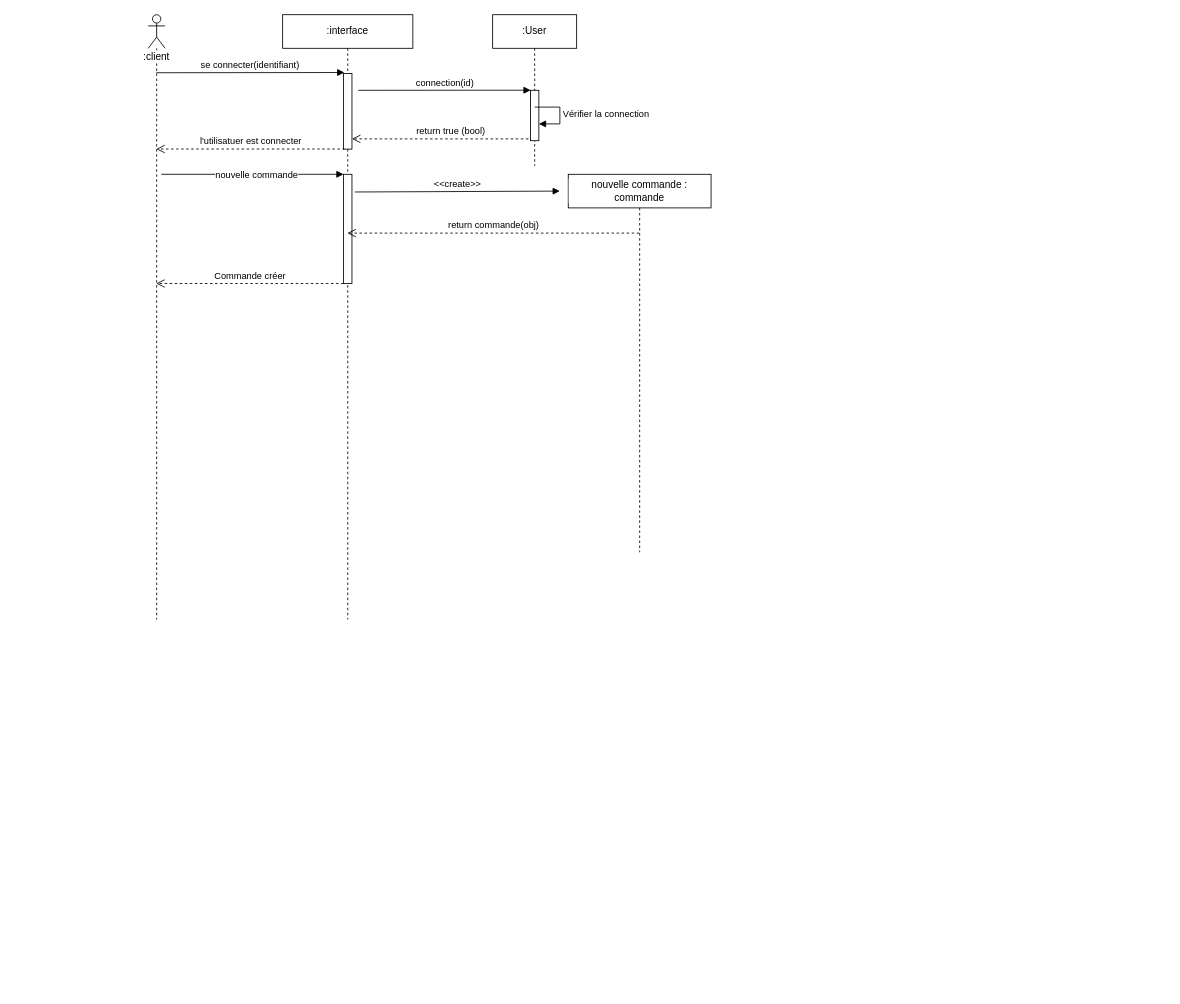
Above: page "créer commande" (2 of 4) of sequence_diagrams.drawio in sebastien-deren/projet_4 (draw.io), before the change. Source tidied: cells renumbered, new cells numbered last; positions are measured from the earlier drawing's top-left corner, leaving out a move shared by most shapes. Both pictures are drawn from the tidied source at 84%, with x=0, y=0 at pixel (148, 14).
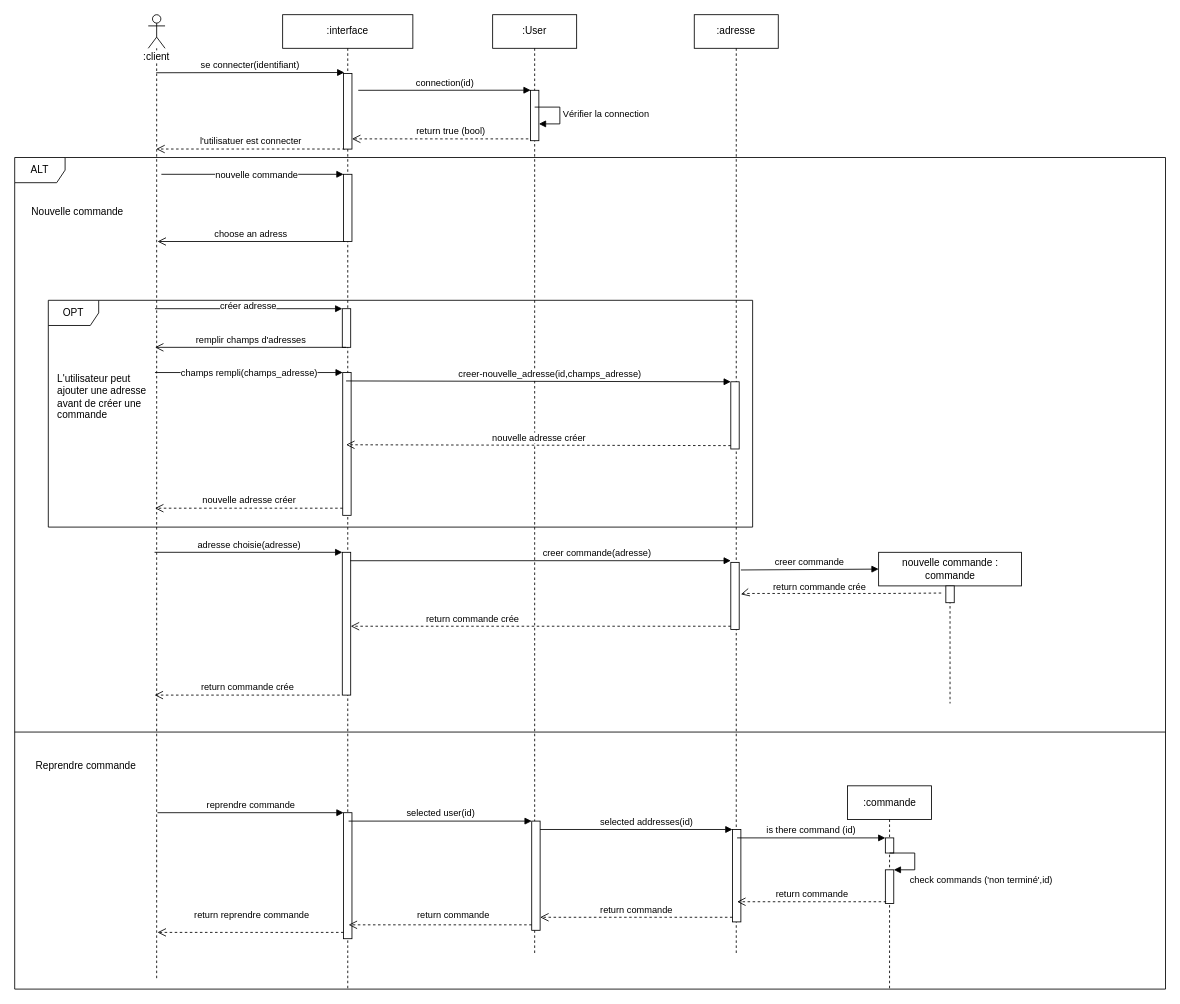
The same diagram, later.

Diff of the diagram source:
```diff
@@
     <mxCell id="2" value=":User" style="shape=umlLifeline;perimeter=lifelinePerimeter;whiteSpace=wrap;html=1;labelBackgroundColor=default;" parent="1" vertex="1">
-      <mxGeometry x="410" width="100" height="180" as="geometry" />
+      <mxGeometry x="410" width="100" height="1120" as="geometry" />
     </mxCell>
@@
-    <mxCell id="9" value="nouvelle commande" style="html=1;verticalAlign=bottom;endArrow=block;rounded=0;entryX=1;entryY=1;entryDx=0;entryDy=0;" parent="1" edge="1" target="15">
+    <mxCell id="9" value="nouvelle commande" style="html=1;verticalAlign=bottom;endArrow=block;rounded=0;entryX=1;entryY=1;entryDx=0;entryDy=0;" parent="1" edge="1">
       <mxGeometry x="0.04" y="-10" relative="1" as="geometry">
         <mxPoint x="15.6" y="190" as="sourcePoint" />
+        <mxPoint x="232.5" y="190" as="targetPoint" />
         <Array as="points">
           <mxPoint x="85.8" y="190" />
         </Array>
       </mxGeometry>
     </mxCell>
-    <mxCell id="10" value="&amp;lt;&amp;lt;create&amp;gt;&amp;gt;" style="html=1;verticalAlign=bottom;endArrow=block;rounded=0;exitX=-0.35;exitY=0.838;exitDx=0;exitDy=0;exitPerimeter=0;" parent="1" edge="1" source="15">
-      <mxGeometry relative="1" as="geometry">
-        <mxPoint x="490" y="210" as="targetPoint" />
-      </mxGeometry>
-    </mxCell>
-    <mxCell id="11" value="Commande créer" style="html=1;verticalAlign=bottom;endArrow=open;dashed=1;endSize=8;rounded=0;exitX=1;exitY=0;exitDx=0;exitDy=0;" parent="1" edge="1" source="15" target="12">
-      <mxGeometry relative="1" as="geometry" />
-    </mxCell>
     <mxCell id="12" value=":client" style="shape=umlLifeline;participant=umlActor;perimeter=lifelinePerimeter;whiteSpace=wrap;html=1;verticalAlign=top;spacingTop=36;outlineConnect=0;labelBackgroundColor=default;" parent="1" vertex="1">
-      <mxGeometry width="20" height="720" as="geometry" />
+      <mxGeometry width="20" height="1150" as="geometry" />
     </mxCell>
     <mxCell id="13" value=":interface" style="shape=umlLifeline;perimeter=lifelinePerimeter;whiteSpace=wrap;html=1;outlineConnect=0;labelBackgroundColor=default;" parent="1" vertex="1">
-      <mxGeometry x="160" width="155" height="720" as="geometry" />
+      <mxGeometry x="160" width="155" height="1160" as="geometry" />
     </mxCell>
@@
-    <mxCell id="15" style="rounded=0;whiteSpace=wrap;html=1;labelBackgroundColor=default;direction=west;" parent="13" vertex="1">
-      <mxGeometry x="72.5" y="190" width="10" height="130" as="geometry" />
-    </mxCell>
+    <mxCell id="18" style="html=1;points=[];perimeter=orthogonalPerimeter;" parent="13" vertex="1">
+      <mxGeometry x="72.5" y="190" width="10" height="80" as="geometry" />
+    </mxCell>
+    <mxCell id="19" style="html=1;points=[];perimeter=orthogonalPerimeter;" parent="13" vertex="1">
+      <mxGeometry x="71" y="640" width="10" height="170" as="geometry" />
+    </mxCell>
+    <mxCell id="20" value="return commande crée" style="html=1;verticalAlign=bottom;endArrow=open;dashed=1;endSize=8;rounded=0;" parent="13" edge="1">
+      <mxGeometry relative="1" as="geometry">
+        <mxPoint x="68" y="810" as="sourcePoint" />
+        <mxPoint x="-152.5" y="810" as="targetPoint" />
+      </mxGeometry>
+    </mxCell>
+    <mxCell id="21" style="html=1;points=[];perimeter=orthogonalPerimeter;" parent="13" vertex="1">
+      <mxGeometry x="71" y="350" width="10" height="46" as="geometry" />
+    </mxCell>
+    <mxCell id="22" style="html=1;points=[];perimeter=orthogonalPerimeter;" parent="13" vertex="1">
+      <mxGeometry x="71.5" y="426" width="10" height="170" as="geometry" />
+    </mxCell>
+    <mxCell id="23" value="choose an adress" style="html=1;verticalAlign=bottom;endArrow=open;endSize=8;rounded=0;exitX=0.15;exitY=1;exitDx=0;exitDy=0;exitPerimeter=0;" parent="13" edge="1" source="18">
+      <mxGeometry relative="1" as="geometry">
+        <mxPoint x="-149" y="270" as="targetPoint" />
+      </mxGeometry>
+    </mxCell>
     <mxCell id="16" value="nouvelle commande : commande" style="shape=umlLifeline;perimeter=lifelinePerimeter;whiteSpace=wrap;html=1;outlineConnect=0;labelBackgroundColor=default;" parent="1" vertex="1">
-      <mxGeometry x="500" y="190" width="170" height="450" as="geometry" />
+      <mxGeometry x="869.5" y="640" width="170" height="180" as="geometry" />
     </mxCell>
-    <mxCell id="17" value="return commande(obj)" style="html=1;verticalAlign=bottom;endArrow=open;dashed=1;endSize=8;rounded=0;" parent="1" edge="1" source="16" target="13">
-      <mxGeometry relative="1" as="geometry">
-        <Array as="points">
-          <mxPoint x="440" y="260" />
-        </Array>
-      </mxGeometry>
-    </mxCell>
+    <mxCell id="24" style="html=1;perimeter=orthogonalPerimeter;" parent="16" vertex="1">
+      <mxGeometry x="80" y="40" width="10" height="20" as="geometry" />
+    </mxCell>
+    <mxCell id="25" value="return commande crée" style="html=1;verticalAlign=bottom;endArrow=open;dashed=1;endSize=8;rounded=0;entryX=1.2;entryY=0.488;entryDx=0;entryDy=0;entryPerimeter=0;" parent="16" edge="1">
+      <mxGeometry x="0.21" y="1" relative="1" as="geometry">
+        <mxPoint x="74.5" y="48.5" as="sourcePoint" />
+        <mxPoint x="-164" y="50" as="targetPoint" />
+        <Array as="points">
+          <mxPoint x="10" y="49" />
+          <mxPoint x="-40" y="49" />
+          <mxPoint x="-160" y="49" />
+        </Array>
+        <mxPoint x="-1" as="offset" />
+      </mxGeometry>
+    </mxCell>
+    <mxCell id="26" value="adresse choisie(adresse)" style="html=1;verticalAlign=bottom;endArrow=block;entryX=0;entryY=0;rounded=0;" parent="1" edge="1" target="19">
+      <mxGeometry relative="1" as="geometry">
+        <mxPoint x="7.5" y="640" as="sourcePoint" />
+      </mxGeometry>
+    </mxCell>
+    <mxCell id="27" value=":adresse" style="shape=umlLifeline;perimeter=lifelinePerimeter;whiteSpace=wrap;html=1;" parent="1" vertex="1">
+      <mxGeometry x="650" width="100" height="1120" as="geometry" />
+    </mxCell>
+    <mxCell id="28" style="html=1;points=[];perimeter=orthogonalPerimeter;" parent="27" vertex="1">
+      <mxGeometry x="43.5" y="652" width="10" height="80" as="geometry" />
+    </mxCell>
+    <mxCell id="29" style="html=1;points=[];perimeter=orthogonalPerimeter;" parent="27" vertex="1">
+      <mxGeometry x="43.5" y="437" width="10" height="80" as="geometry" />
+    </mxCell>
+    <mxCell id="30" value="creer commande(adresse)" style="html=1;verticalAlign=bottom;endArrow=block;rounded=0;entryX=0;entryY=-0.025;entryDx=0;entryDy=0;entryPerimeter=0;exitX=0.95;exitY=0.059;exitDx=0;exitDy=0;exitPerimeter=0;" parent="1" edge="1" source="19" target="28">
+      <mxGeometry x="0.3" relative="1" as="geometry" />
+    </mxCell>
+    <mxCell id="31" value="creer commande" style="html=1;verticalAlign=bottom;endArrow=block;rounded=0;exitX=1.2;exitY=0.113;exitDx=0;exitDy=0;exitPerimeter=0;" parent="1" edge="1" source="28">
+      <mxGeometry relative="1" as="geometry">
+        <mxPoint x="869.5" y="660" as="targetPoint" />
+      </mxGeometry>
+    </mxCell>
+    <mxCell id="32" value="return commande crée" style="html=1;verticalAlign=bottom;endArrow=open;dashed=1;endSize=8;exitX=0;exitY=0.95;rounded=0;" parent="1" edge="1" source="28" target="19">
+      <mxGeometry x="0.36" relative="1" as="geometry" />
+    </mxCell>
+    <mxCell id="33" value="créer adresse" style="html=1;verticalAlign=bottom;endArrow=block;entryX=0;entryY=0;rounded=0;" parent="1" edge="1" target="21">
+      <mxGeometry x="-0.01" y="-6" relative="1" as="geometry">
+        <mxPoint x="8" y="350" as="sourcePoint" />
+        <mxPoint x="1" as="offset" />
+      </mxGeometry>
+    </mxCell>
+    <mxCell id="34" value="remplir champs d'adresses" style="html=1;verticalAlign=bottom;endArrow=open;endSize=8;rounded=0;" parent="1" edge="1">
+      <mxGeometry relative="1" as="geometry">
+        <mxPoint x="235.5" y="396" as="sourcePoint" />
+        <mxPoint x="8" y="396" as="targetPoint" />
+        <Array as="points">
+          <mxPoint x="148.5" y="396" />
+        </Array>
+      </mxGeometry>
+    </mxCell>
+    <mxCell id="35" value="champs rempli(champs_adresse)" style="html=1;verticalAlign=bottom;endArrow=block;entryX=0;entryY=0;rounded=0;" parent="1" edge="1">
+      <mxGeometry x="-0.01" y="-10" relative="1" as="geometry">
+        <mxPoint x="8" y="426" as="sourcePoint" />
+        <mxPoint x="231.5" y="426" as="targetPoint" />
+        <mxPoint x="1" as="offset" />
+      </mxGeometry>
+    </mxCell>
+    <mxCell id="36" value="nouvelle adresse créer" style="html=1;verticalAlign=bottom;endArrow=open;dashed=1;endSize=8;exitX=0;exitY=0.95;rounded=0;" parent="1" edge="1" source="22">
+      <mxGeometry relative="1" as="geometry">
+        <mxPoint x="8" y="587.5" as="targetPoint" />
+      </mxGeometry>
+    </mxCell>
+    <mxCell id="37" value="creer-nouvelle_adresse(id,champs_adresse)" style="html=1;verticalAlign=bottom;endArrow=block;entryX=0;entryY=0;rounded=0;" parent="1" edge="1" target="29">
+      <mxGeometry x="0.06" relative="1" as="geometry">
+        <mxPoint x="235.5" y="436" as="sourcePoint" />
+      </mxGeometry>
+    </mxCell>
+    <mxCell id="38" value="nouvelle adresse créer" style="html=1;verticalAlign=bottom;endArrow=open;dashed=1;endSize=8;exitX=0;exitY=0.95;rounded=0;" parent="1" edge="1" source="29">
+      <mxGeometry relative="1" as="geometry">
+        <mxPoint x="235.5" y="512" as="targetPoint" />
+      </mxGeometry>
+    </mxCell>
+    <mxCell id="39" value="OPT" style="shape=umlFrame;whiteSpace=wrap;html=1;" parent="1" vertex="1">
+      <mxGeometry x="-119" y="340" width="838.5" height="270" as="geometry" />
+    </mxCell>
+    <mxCell id="40" value="L'utilisateur peut ajouter une adresse avant de créer une commande" style="text;html=1;strokeColor=none;fillColor=none;align=left;verticalAlign=middle;whiteSpace=wrap;rounded=0;labelBackgroundColor=default;" parent="1" vertex="1">
+      <mxGeometry x="-110.5" y="400" width="110" height="110" as="geometry" />
+    </mxCell>
+    <mxCell id="41" value="ALT" style="shape=umlFrame;whiteSpace=wrap;html=1;labelBackgroundColor=default;" parent="1" vertex="1">
+      <mxGeometry x="-159" y="170" width="1370" height="990" as="geometry" />
+    </mxCell>
+    <mxCell id="42" style="line;strokeWidth=1;fillColor=none;align=left;verticalAlign=middle;spacingTop=-1;spacingLeft=3;spacingRight=3;labelPosition=right;strokeColor=inherit;labelBackgroundColor=default;" parent="1" vertex="1">
+      <mxGeometry x="-159" y="850" width="1370" height="8" as="geometry" />
+    </mxCell>
+    <mxCell id="43" style="html=1;points=[];perimeter=orthogonalPerimeter;labelBackgroundColor=default;" parent="1" vertex="1">
+      <mxGeometry x="456.5" y="960" width="10" height="130" as="geometry" />
+    </mxCell>
+    <mxCell id="44" style="html=1;points=[];perimeter=orthogonalPerimeter;labelBackgroundColor=default;" parent="1" vertex="1">
+      <mxGeometry x="232.5" y="950" width="10" height="150" as="geometry" />
+    </mxCell>
+    <mxCell id="45" style="html=1;points=[];perimeter=orthogonalPerimeter;labelBackgroundColor=default;" parent="1" vertex="1">
+      <mxGeometry x="695.5" y="970" width="10" height="110" as="geometry" />
+    </mxCell>
+    <mxCell id="46" value="reprendre commande" style="html=1;verticalAlign=bottom;endArrow=block;entryX=0;entryY=0;rounded=0;" parent="1" edge="1" target="44">
+      <mxGeometry relative="1" as="geometry">
+        <mxPoint x="11" y="950" as="sourcePoint" />
+      </mxGeometry>
+    </mxCell>
+    <mxCell id="47" value="return reprendre commande" style="html=1;verticalAlign=bottom;endArrow=open;dashed=1;endSize=8;exitX=0;exitY=0.95;rounded=0;" parent="1" edge="1" source="44">
+      <mxGeometry x="-0.01" y="-12" relative="1" as="geometry">
+        <mxPoint x="11" y="1092.5" as="targetPoint" />
+      </mxGeometry>
+    </mxCell>
+    <mxCell id="48" value="selected user(id)" style="html=1;verticalAlign=bottom;endArrow=block;entryX=0;entryY=0;rounded=0;" parent="1" edge="1" target="43">
+      <mxGeometry relative="1" as="geometry">
+        <mxPoint x="238.5" y="960" as="sourcePoint" />
+      </mxGeometry>
+    </mxCell>
+    <mxCell id="49" value="return commande" style="html=1;verticalAlign=bottom;endArrow=open;dashed=1;endSize=8;exitX=0;exitY=0.95;rounded=0;" parent="1" edge="1" source="43">
+      <mxGeometry x="-0.14" y="-3" relative="1" as="geometry">
+        <mxPoint x="238.5" y="1083.5" as="targetPoint" />
+      </mxGeometry>
+    </mxCell>
+    <mxCell id="50" value="selected addresses(id)" style="html=1;verticalAlign=bottom;endArrow=block;entryX=0;entryY=0;rounded=0;" parent="1" edge="1" source="43" target="45">
+      <mxGeometry x="0.1" relative="1" as="geometry" />
+    </mxCell>
+    <mxCell id="51" value="return commande" style="html=1;verticalAlign=bottom;endArrow=open;dashed=1;endSize=8;exitX=0;exitY=0.95;rounded=0;" parent="1" edge="1" source="45" target="43">
+      <mxGeometry relative="1" as="geometry" />
+    </mxCell>
+    <mxCell id="52" value=":commande" style="shape=umlLifeline;perimeter=lifelinePerimeter;whiteSpace=wrap;html=1;labelBackgroundColor=default;" parent="1" vertex="1">
+      <mxGeometry x="832.5" y="918" width="100" height="242" as="geometry" />
+    </mxCell>
+    <mxCell id="53" style="html=1;points=[];perimeter=orthogonalPerimeter;labelBackgroundColor=default;" parent="52" vertex="1">
+      <mxGeometry x="45" y="62" width="10" height="18" as="geometry" />
+    </mxCell>
+    <mxCell id="54" style="html=1;points=[];perimeter=orthogonalPerimeter;labelBackgroundColor=default;" parent="52" vertex="1">
+      <mxGeometry x="45" y="100" width="10" height="40" as="geometry" />
+    </mxCell>
+    <mxCell id="55" value="check commands ('non terminé',id)" style="edgeStyle=orthogonalEdgeStyle;html=1;align=left;spacingLeft=2;endArrow=block;rounded=0;entryX=1;entryY=0;" parent="52" edge="1" target="54">
+      <mxGeometry x="0.6" y="12" relative="1" as="geometry">
+        <mxPoint x="50" y="80" as="sourcePoint" />
+        <Array as="points">
+          <mxPoint x="80" y="80" />
+        </Array>
+      </mxGeometry>
+    </mxCell>
+    <mxCell id="56" value="is there command (id)" style="html=1;verticalAlign=bottom;endArrow=block;entryX=0;entryY=0;rounded=0;" parent="1" edge="1" target="53">
+      <mxGeometry relative="1" as="geometry">
+        <mxPoint x="701" y="980" as="sourcePoint" />
+      </mxGeometry>
+    </mxCell>
+    <mxCell id="57" value="return commande" style="html=1;verticalAlign=bottom;endArrow=open;dashed=1;endSize=8;rounded=0;exitX=0.1;exitY=0.95;exitDx=0;exitDy=0;exitPerimeter=0;" parent="1" edge="1" source="54">
+      <mxGeometry relative="1" as="geometry">
+        <mxPoint x="701" y="1056" as="targetPoint" />
+      </mxGeometry>
+    </mxCell>
+    <mxCell id="58" value="Nouvelle commande" style="text;html=1;strokeColor=none;fillColor=none;align=center;verticalAlign=middle;whiteSpace=wrap;rounded=0;labelBackgroundColor=default;" parent="1" vertex="1">
+      <mxGeometry x="-149" y="220" width="130" height="30" as="geometry" />
+    </mxCell>
+    <mxCell id="59" value="Reprendre commande" style="text;html=1;strokeColor=none;fillColor=none;align=center;verticalAlign=middle;whiteSpace=wrap;rounded=0;labelBackgroundColor=default;" parent="1" vertex="1">
+      <mxGeometry x="-139" y="880" width="130" height="30" as="geometry" />
+    </mxCell>
```
